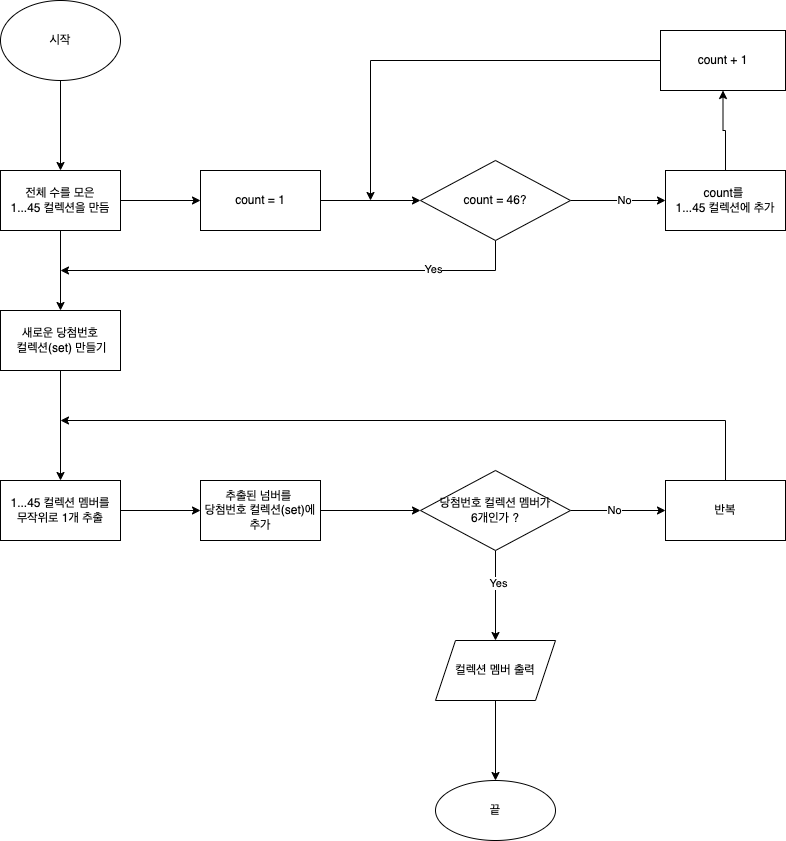
yagom-academy/swift-starter-Round2 keeps this draw.io diagram as Week2 Step1 Flowchart.png. Above is the earlier version. Source tidied: cells renumbered, new cells last; positions are measured from the earlier drawing's top-left corner, leaving out a move shared by most shapes.
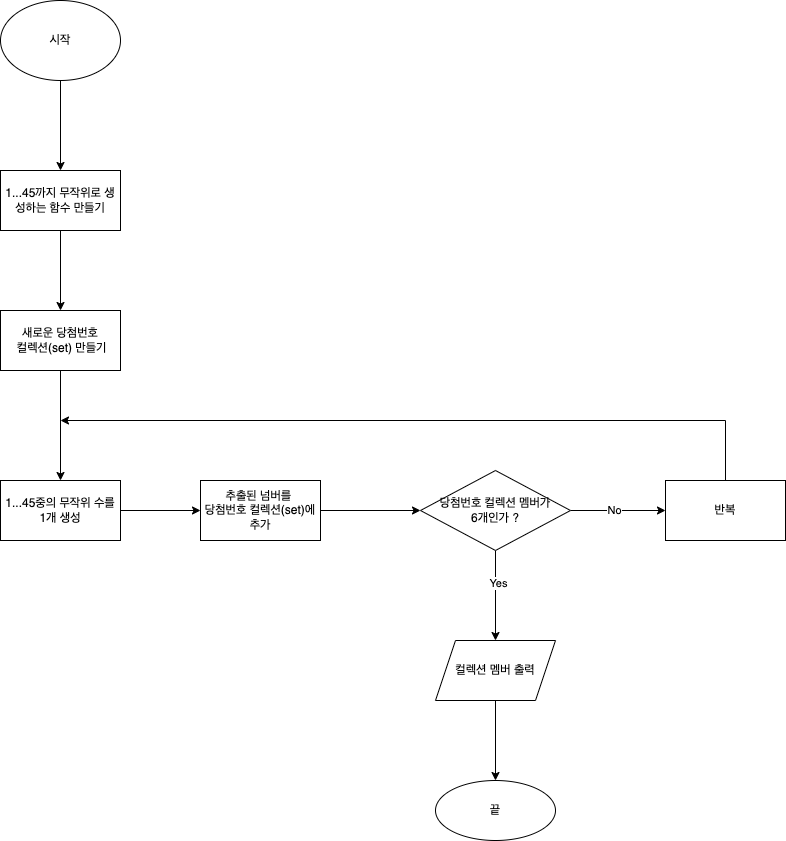
After the change.

Diff of the diagram source:
```diff
@@ -8,60 +8,16 @@
     <mxCell id="3" value="시작" style="ellipse;whiteSpace=wrap;html=1;" parent="1" vertex="1">
       <mxGeometry width="120" height="80" as="geometry" />
     </mxCell>
-    <mxCell id="4" style="edgeStyle=orthogonalEdgeStyle;rounded=0;jettySize=auto;html=1;" parent="1" edge="1" source="6" target="8">
-      <mxGeometry relative="1" as="geometry" />
-    </mxCell>
     <mxCell id="5" style="edgeStyle=orthogonalEdgeStyle;rounded=0;jettySize=auto;html=1;" parent="1" edge="1" source="6" target="33">
       <mxGeometry relative="1" as="geometry" />
     </mxCell>
-    <mxCell id="6" value="전체 수를 모은&lt;br&gt;1...45 컬렉션을 만듬" style="whiteSpace=wrap;html=1;" parent="1" vertex="1">
+    <mxCell id="6" value="1...45까지 무작위로 생성하는 함수 만들기" style="whiteSpace=wrap;html=1;" parent="1" vertex="1">
       <mxGeometry y="170" width="120" height="60" as="geometry" />
     </mxCell>
-    <mxCell id="7" style="edgeStyle=orthogonalEdgeStyle;rounded=0;jettySize=auto;html=1;" parent="1" edge="1" source="8" target="13">
-      <mxGeometry relative="1" as="geometry" />
-    </mxCell>
-    <mxCell id="8" value="count = 1" style="whiteSpace=wrap;html=1;" parent="1" vertex="1">
-      <mxGeometry x="200" y="170" width="120" height="60" as="geometry" />
-    </mxCell>
-    <mxCell id="9" style="edgeStyle=orthogonalEdgeStyle;rounded=0;jettySize=auto;html=1;" parent="1" edge="1" source="13" target="15">
-      <mxGeometry relative="1" as="geometry" />
-    </mxCell>
-    <mxCell id="10" value="No" style="edgeLabel;html=1;align=center;verticalAlign=middle;" parent="9" vertex="1">
-      <mxGeometry x="0.12" y="1" relative="1" as="geometry" />
-    </mxCell>
-    <mxCell id="11" style="edgeStyle=orthogonalEdgeStyle;rounded=0;jettySize=auto;html=1;" parent="1" edge="1" source="13">
-      <mxGeometry relative="1" as="geometry">
-        <mxPoint x="60" y="270" as="targetPoint" />
-        <Array as="points">
-          <mxPoint x="495" y="270" />
-          <mxPoint x="60" y="270" />
-        </Array>
-      </mxGeometry>
-    </mxCell>
-    <mxCell id="12" value="Yes" style="edgeLabel;html=1;align=center;verticalAlign=middle;" parent="11" vertex="1">
-      <mxGeometry x="-0.6" y="-2" relative="1" as="geometry" />
-    </mxCell>
-    <mxCell id="13" value="count = 46?" style="rhombus;whiteSpace=wrap;html=1;" parent="1" vertex="1">
-      <mxGeometry x="420" y="160" width="150" height="80" as="geometry" />
-    </mxCell>
-    <mxCell id="14" style="edgeStyle=orthogonalEdgeStyle;rounded=0;jettySize=auto;html=1;" parent="1" edge="1" source="15" target="17">
-      <mxGeometry relative="1" as="geometry" />
-    </mxCell>
-    <mxCell id="15" value="count를 &lt;br&gt;1...45 컬렉션에 추가" style="whiteSpace=wrap;html=1;" parent="1" vertex="1">
-      <mxGeometry x="665" y="170" width="120" height="60" as="geometry" />
-    </mxCell>
-    <mxCell id="16" style="edgeStyle=orthogonalEdgeStyle;rounded=0;jettySize=auto;html=1;" parent="1" edge="1" source="17">
-      <mxGeometry relative="1" as="geometry">
-        <mxPoint x="370" y="200" as="targetPoint" />
-      </mxGeometry>
-    </mxCell>
-    <mxCell id="17" value="count + 1" style="whiteSpace=wrap;html=1;" parent="1" vertex="1">
-      <mxGeometry x="660" y="30" width="125" height="60" as="geometry" />
-    </mxCell>
     <mxCell id="18" style="edgeStyle=orthogonalEdgeStyle;rounded=0;jettySize=auto;html=1;" parent="1" edge="1" source="19" target="21">
       <mxGeometry relative="1" as="geometry" />
     </mxCell>
-    <mxCell id="19" value="1...45 컬렉션 멤버를&lt;br&gt;무작위로 1개 추출" style="whiteSpace=wrap;html=1;" parent="1" vertex="1">
+    <mxCell id="19" value="1...45중의 무작위 수를&lt;br&gt;1개 생성" style="whiteSpace=wrap;html=1;" parent="1" vertex="1">
       <mxGeometry y="480" width="120" height="60" as="geometry" />
     </mxCell>
     <mxCell id="20" style="edgeStyle=orthogonalEdgeStyle;rounded=0;jettySize=auto;html=1;" parent="1" edge="1" source="21" target="26">
```
